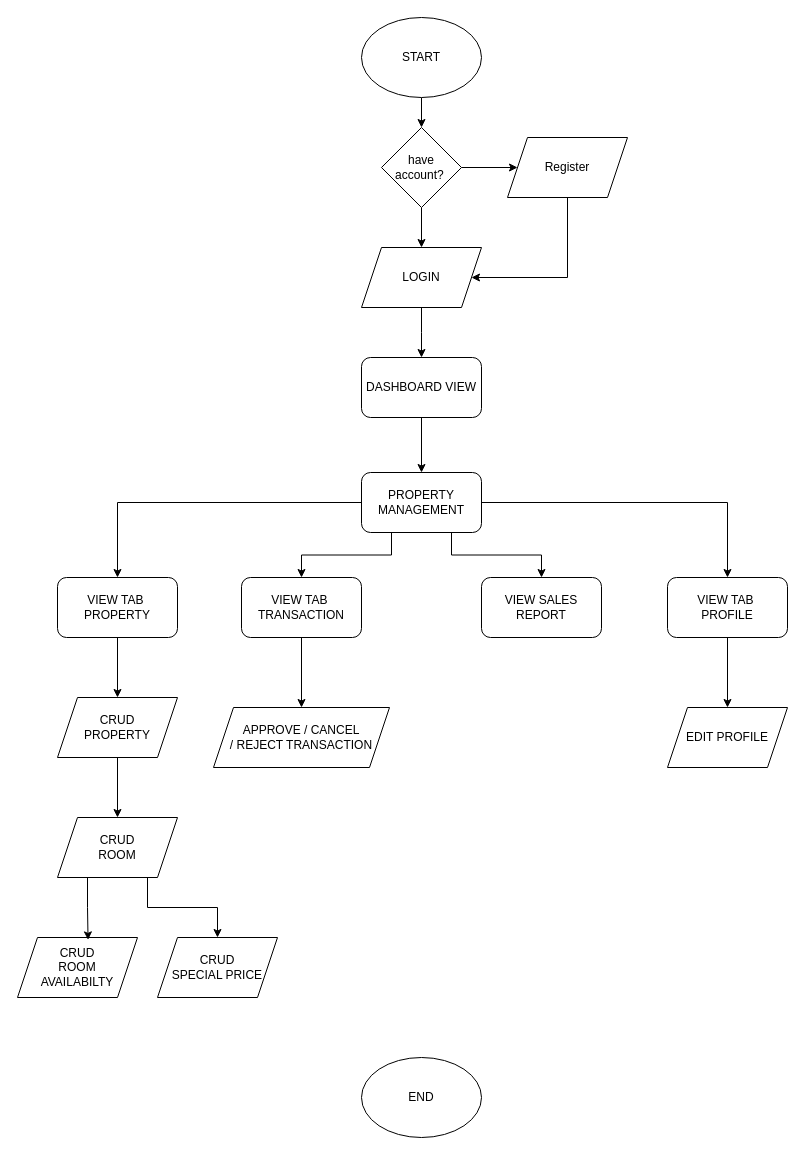
Before: page "Halaman-3" (3 of 3) of FP.drawio in Haresz/BOOKSELF, a draw.io diagram. Source tidied: cells renumbered, new cells numbered last; positions are measured from the earlier drawing's top-left corner, leaving out a move shared by most shapes. Both pictures are drawn from the tidied source at 100%, with x=0, y=0 at pixel (17, 17).
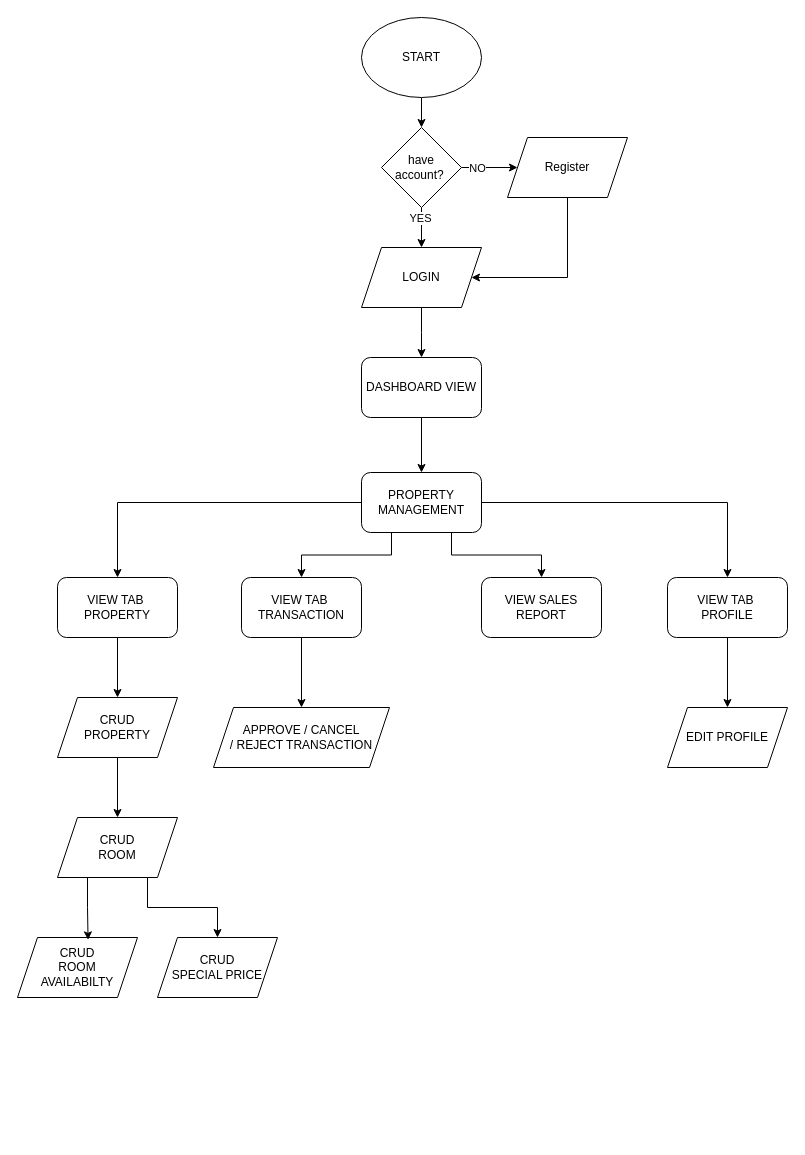
After the change.

The change refers to these unchanged cells:
```xml
<mxCell id="6" style="edgeStyle=orthogonalEdgeStyle;rounded=0;jettySize=auto;html=1;exitX=0.5;exitY=1;exitDx=0;exitDy=0;" parent="1" edge="1" source="8" target="5">
  <mxGeometry relative="1" as="geometry" />
</mxCell>
<mxCell id="7" style="edgeStyle=orthogonalEdgeStyle;rounded=0;jettySize=auto;html=1;exitX=1;exitY=0.5;exitDx=0;exitDy=0;entryX=0;entryY=0.5;entryDx=0;entryDy=0;" parent="1" edge="1" source="8" target="10">
  <mxGeometry relative="1" as="geometry" />
</mxCell>
```

What changed in the source:
```diff
@@
+    <mxCell id="35" value="YES" style="edgeLabel;html=1;align=center;verticalAlign=middle;" parent="6" vertex="1">
+      <mxGeometry x="-0.48" y="-2" relative="1" as="geometry" />
+    </mxCell>
@@
+    <mxCell id="36" value="NO" style="edgeLabel;html=1;align=center;verticalAlign=middle;" parent="7" vertex="1">
+      <mxGeometry x="-0.48" relative="1" as="geometry" />
+    </mxCell>
@@
-    <mxCell id="14" value="END" style="ellipse;whiteSpace=wrap;html=1;" parent="1" vertex="1">
-      <mxGeometry x="344" y="1040" width="120" height="80" as="geometry" />
-    </mxCell>
```
